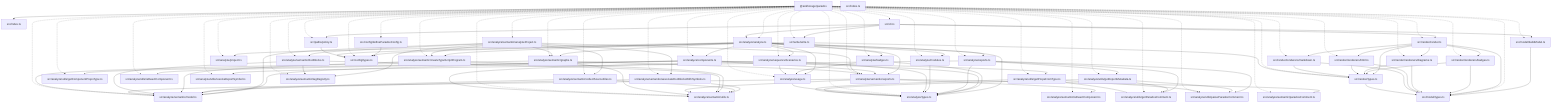
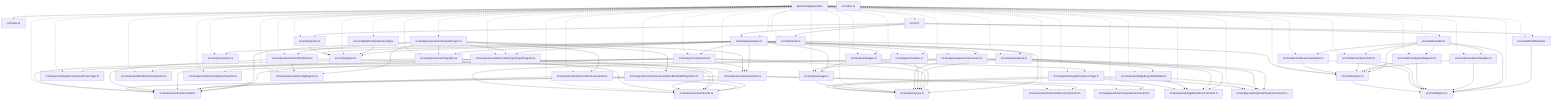
graph TD
  package__ankhorage_paradox["@ankhorage/paradox"]
  entrypoint_src_index_ts["src/index.ts"]
  package__ankhorage_paradox --> entrypoint_src_index_ts
  module_src_analyze_analyze_ts["src/analyze/analyze.ts"]
  package__ankhorage_paradox -.-> module_src_analyze_analyze_ts
  module_src_analyze_analyze_ts --> module_src_analyze_badges_ts
  module_src_analyze_analyze_ts --> module_src_analyze_components_ts
  module_src_analyze_analyze_ts --> module_src_analyze_exports_ts
  module_src_analyze_analyze_ts --> module_src_analyze_modules_ts
  module_src_analyze_analyze_ts --> module_src_analyze_project_ts
  module_src_analyze_analyze_ts --> module_src_analyze_semantic_createTypeScriptProgram_ts
  module_src_analyze_analyze_ts --> module_src_analyze_semantic_exports_ts
  module_src_analyze_analyze_ts --> module_src_analyze_semantic_graphs_ts
  module_src_analyze_analyze_ts --> module_src_analyze_sequenceScenarios_ts
  module_src_analyze_analyze_ts --> module_src_analyze_types_ts
  module_src_analyze_analyze_ts --> module_src_analyze_usage_ts
  module_src_analyze_analyze_ts --> module_src_config_types_ts
  module_src_analyze_badges_ts["src/analyze/badges.ts"]
  package__ankhorage_paradox -.-> module_src_analyze_badges_ts
  module_src_analyze_badges_ts --> module_src_analyze_types_ts
  module_src_analyze_badges_ts --> module_src_analyze_usage_ts
  module_src_analyze_components_ts["src/analyze/components.ts"]
  package__ankhorage_paradox -.-> module_src_analyze_components_ts
  module_src_analyze_components_ts --> module_src_analyze_semantic_exports_ts
  module_src_analyze_components_ts --> module_src_analyze_semantic_model_ts
  module_src_analyze_components_ts --> module_src_analyze_types_ts
  module_src_analyze_components_ts --> module_src_analyze_utils_getComponentPropsType_ts
  module_src_analyze_components_ts --> module_src_analyze_utils_getPropsFromType_ts
  module_src_analyze_components_ts --> module_src_analyze_utils_isReactComponent_ts
  module_src_analyze_exports_ts["src/analyze/exports.ts"]
  package__ankhorage_paradox -.-> module_src_analyze_exports_ts
  module_src_analyze_exports_ts --> module_src_analyze_types_ts
  module_src_analyze_exports_ts --> module_src_analyze_utils_getExportMetadata_ts
  module_src_analyze_exports_ts --> module_src_analyze_utils_getParadoxComment_ts
  module_src_analyze_exports_ts --> module_src_analyze_utils_parseParadoxComment_ts
  module_src_analyze_exports_ts --> module_src_analyze_utils_resolveExportSymbol_ts
  module_src_analyze_modules_ts["src/analyze/modules.ts"]
  package__ankhorage_paradox -.-> module_src_analyze_modules_ts
  module_src_analyze_modules_ts --> module_src_analyze_types_ts
  module_src_analyze_project_ts["src/analyze/project.ts"]
  package__ankhorage_paradox -.-> module_src_analyze_project_ts
  module_src_analyze_semantic_analyzeProject_ts["src/analyze/semantic/analyzeProject.ts"]
  package__ankhorage_paradox -.-> module_src_analyze_semantic_analyzeProject_ts
  module_src_analyze_semantic_analyzeProject_ts --> module_src_analyze_semantic_associateDocBlocksWithSymbols_ts
  module_src_analyze_semantic_analyzeProject_ts --> module_src_analyze_semantic_collectSourceFiles_ts
  module_src_analyze_semantic_analyzeProject_ts --> module_src_analyze_semantic_createTypeScriptProgram_ts
  module_src_analyze_semantic_analyzeProject_ts --> module_src_analyze_semantic_docBlocks_ts
  module_src_analyze_semantic_analyzeProject_ts --> module_src_analyze_semantic_exports_ts
  module_src_analyze_semantic_analyzeProject_ts --> module_src_analyze_semantic_graphs_ts
  module_src_analyze_semantic_analyzeProject_ts --> module_src_analyze_semantic_model_ts
  module_src_analyze_semantic_analyzeProject_ts --> module_src_analyze_semantic_tagRegistry_ts
  module_src_analyze_semantic_associateDocBlocksWithSymbols_ts["src/analyze/semantic/associateDocBlocksWithSymbols.ts"]
  package__ankhorage_paradox -.-> module_src_analyze_semantic_associateDocBlocksWithSymbols_ts
  module_src_analyze_semantic_associateDocBlocksWithSymbols_ts --> module_src_analyze_semantic_model_ts
  module_src_analyze_semantic_associateDocBlocksWithSymbols_ts --> module_src_analyze_semantic_utils_ts
  module_src_analyze_semantic_collectSourceFiles_ts["src/analyze/semantic/collectSourceFiles.ts"]
  package__ankhorage_paradox -.-> module_src_analyze_semantic_collectSourceFiles_ts
  module_src_analyze_semantic_collectSourceFiles_ts --> module_src_analyze_semantic_model_ts
  module_src_analyze_semantic_collectSourceFiles_ts --> module_src_analyze_semantic_utils_ts
  module_src_analyze_semantic_createTypeScriptProgram_ts["src/analyze/semantic/createTypeScriptProgram.ts"]
  package__ankhorage_paradox -.-> module_src_analyze_semantic_createTypeScriptProgram_ts
  module_src_analyze_semantic_createTypeScriptProgram_ts --> module_src_analyze_semantic_model_ts
  module_src_analyze_semantic_createTypeScriptProgram_ts --> module_src_analyze_semantic_utils_ts
  module_src_analyze_semantic_docBlocks_ts["src/analyze/semantic/docBlocks.ts"]
  package__ankhorage_paradox -.-> module_src_analyze_semantic_docBlocks_ts
  module_src_analyze_semantic_docBlocks_ts --> module_src_analyze_semantic_model_ts
  module_src_analyze_semantic_docBlocks_ts --> module_src_analyze_semantic_tagRegistry_ts
  module_src_analyze_semantic_docBlocks_ts --> module_src_analyze_semantic_utils_ts
  module_src_analyze_semantic_exports_ts["src/analyze/semantic/exports.ts"]
  package__ankhorage_paradox -.-> module_src_analyze_semantic_exports_ts
  module_src_analyze_semantic_exports_ts --> module_src_analyze_semantic_isReactComponent_ts
  module_src_analyze_semantic_exports_ts --> module_src_analyze_semantic_model_ts
  module_src_analyze_semantic_exports_ts --> module_src_analyze_semantic_paradoxComment_ts
  module_src_analyze_semantic_exports_ts --> module_src_analyze_semantic_utils_ts
  module_src_analyze_semantic_graphs_ts["src/analyze/semantic/graphs.ts"]
  package__ankhorage_paradox -.-> module_src_analyze_semantic_graphs_ts
  module_src_analyze_semantic_graphs_ts --> module_src_analyze_semantic_exports_ts
  module_src_analyze_semantic_graphs_ts --> module_src_analyze_semantic_model_ts
  module_src_analyze_semantic_graphs_ts --> module_src_analyze_semantic_utils_ts
  module_src_analyze_semantic_isReactComponent_ts["src/analyze/semantic/isReactComponent.ts"]
  package__ankhorage_paradox -.-> module_src_analyze_semantic_isReactComponent_ts
  module_src_analyze_semantic_model_ts["src/analyze/semantic/model.ts"]
  package__ankhorage_paradox -.-> module_src_analyze_semantic_model_ts
  module_src_analyze_semantic_paradoxComment_ts["src/analyze/semantic/paradoxComment.ts"]
  package__ankhorage_paradox -.-> module_src_analyze_semantic_paradoxComment_ts
  module_src_analyze_semantic_tagRegistry_ts["src/analyze/semantic/tagRegistry.ts"]
  package__ankhorage_paradox -.-> module_src_analyze_semantic_tagRegistry_ts
  module_src_analyze_semantic_utils_ts["src/analyze/semantic/utils.ts"]
  package__ankhorage_paradox -.-> module_src_analyze_semantic_utils_ts
  module_src_analyze_sequenceScenarios_ts["src/analyze/sequenceScenarios.ts"]
  package__ankhorage_paradox -.-> module_src_analyze_sequenceScenarios_ts
  module_src_analyze_sequenceScenarios_ts --> module_src_analyze_semantic_utils_ts
  module_src_analyze_sequenceScenarios_ts --> module_src_analyze_types_ts
  module_src_analyze_sequenceScenarios_ts --> module_src_analyze_usage_ts
+   module_src_analyze_sequenceScenarios_ts --> module_src_analyze_utils_getParadoxComment_ts
+   module_src_analyze_sequenceScenarios_ts --> module_src_analyze_utils_parseParadoxComment_ts
  module_src_analyze_types_ts["src/analyze/types.ts"]
  package__ankhorage_paradox -.-> module_src_analyze_types_ts
  module_src_analyze_usage_ts["src/analyze/usage.ts"]
  package__ankhorage_paradox -.-> module_src_analyze_usage_ts
  module_src_analyze_usage_ts --> module_src_analyze_types_ts
  module_src_analyze_utils_getComponentPropsType_ts["src/analyze/utils/getComponentPropsType.ts"]
  package__ankhorage_paradox -.-> module_src_analyze_utils_getComponentPropsType_ts
  module_src_analyze_utils_getExportMetadata_ts["src/analyze/utils/getExportMetadata.ts"]
  package__ankhorage_paradox -.-> module_src_analyze_utils_getExportMetadata_ts
  module_src_analyze_utils_getExportMetadata_ts --> module_src_analyze_types_ts
  module_src_analyze_utils_getExportMetadata_ts --> module_src_analyze_utils_getParadoxComment_ts
  module_src_analyze_utils_getExportMetadata_ts --> module_src_analyze_utils_parseParadoxComment_ts
  module_src_analyze_utils_getParadoxComment_ts["src/analyze/utils/getParadoxComment.ts"]
  package__ankhorage_paradox -.-> module_src_analyze_utils_getParadoxComment_ts
  module_src_analyze_utils_getPropsFromType_ts["src/analyze/utils/getPropsFromType.ts"]
  package__ankhorage_paradox -.-> module_src_analyze_utils_getPropsFromType_ts
  module_src_analyze_utils_getPropsFromType_ts --> module_src_analyze_types_ts
  module_src_analyze_utils_getPropsFromType_ts --> module_src_analyze_utils_getParadoxComment_ts
  module_src_analyze_utils_getPropsFromType_ts --> module_src_analyze_utils_parseParadoxComment_ts
  module_src_analyze_utils_isReactComponent_ts["src/analyze/utils/isReactComponent.ts"]
  package__ankhorage_paradox -.-> module_src_analyze_utils_isReactComponent_ts
  module_src_analyze_utils_parseParadoxComment_ts["src/analyze/utils/parseParadoxComment.ts"]
  package__ankhorage_paradox -.-> module_src_analyze_utils_parseParadoxComment_ts
  module_src_analyze_utils_resolveExportSymbol_ts["src/analyze/utils/resolveExportSymbol.ts"]
  package__ankhorage_paradox -.-> module_src_analyze_utils_resolveExportSymbol_ts
  module_src_cli_ts["src/cli.ts"]
  package__ankhorage_paradox -.-> module_src_cli_ts
  module_src_cli_ts --> module_src_analyze_analyze_ts
  module_src_cli_ts --> module_src_model_buildModel_ts
  module_src_cli_ts --> module_src_paths_policy_ts
  module_src_cli_ts --> module_src_render_render_ts
  module_src_cli_ts --> module_src_write_write_ts
  module_src_config_defineParadoxConfig_ts["src/config/defineParadoxConfig.ts"]
  package__ankhorage_paradox -.-> module_src_config_defineParadoxConfig_ts
  module_src_config_defineParadoxConfig_ts --> module_src_config_types_ts
  module_src_config_types_ts["src/config/types.ts"]
  package__ankhorage_paradox -.-> module_src_config_types_ts
  module_src_index_ts["src/index.ts"]
  module_src_model_buildModel_ts["src/model/buildModel.ts"]
  package__ankhorage_paradox -.-> module_src_model_buildModel_ts
  module_src_model_buildModel_ts --> module_src_model_types_ts
  module_src_model_types_ts["src/model/types.ts"]
  package__ankhorage_paradox -.-> module_src_model_types_ts
  module_src_paths_policy_ts["src/paths/policy.ts"]
  package__ankhorage_paradox -.-> module_src_paths_policy_ts
  module_src_paths_policy_ts --> module_src_config_types_ts
  module_src_render_render_ts["src/render/render.ts"]
  package__ankhorage_paradox -.-> module_src_render_render_ts
  module_src_render_render_ts --> module_src_model_types_ts
  module_src_render_render_ts --> module_src_render_renderers_badges_ts
  module_src_render_render_ts --> module_src_render_renderers_diagrams_ts
  module_src_render_render_ts --> module_src_render_renderers_html_ts
  module_src_render_render_ts --> module_src_render_renderers_markdown_ts
  module_src_render_render_ts --> module_src_render_types_ts
  module_src_render_renderers_badges_ts["src/render/renderers/badges.ts"]
  package__ankhorage_paradox -.-> module_src_render_renderers_badges_ts
  module_src_render_renderers_badges_ts --> module_src_model_types_ts
  module_src_render_renderers_badges_ts --> module_src_render_types_ts
  module_src_render_renderers_diagrams_ts["src/render/renderers/diagrams.ts"]
  package__ankhorage_paradox -.-> module_src_render_renderers_diagrams_ts
  module_src_render_renderers_diagrams_ts --> module_src_model_types_ts
  module_src_render_renderers_diagrams_ts --> module_src_render_types_ts
  module_src_render_renderers_html_ts["src/render/renderers/html.ts"]
  package__ankhorage_paradox -.-> module_src_render_renderers_html_ts
  module_src_render_renderers_html_ts --> module_src_model_types_ts
  module_src_render_renderers_html_ts --> module_src_render_types_ts
  module_src_render_renderers_markdown_ts["src/render/renderers/markdown.ts"]
  package__ankhorage_paradox -.-> module_src_render_renderers_markdown_ts
  module_src_render_renderers_markdown_ts --> module_src_model_types_ts
  module_src_render_renderers_markdown_ts --> module_src_render_types_ts
  module_src_render_types_ts["src/render/types.ts"]
  package__ankhorage_paradox -.-> module_src_render_types_ts
  module_src_render_types_ts --> module_src_model_types_ts
  module_src_write_write_ts["src/write/write.ts"]
  package__ankhorage_paradox -.-> module_src_write_write_ts
  module_src_write_write_ts --> module_src_config_types_ts
  module_src_write_write_ts --> module_src_render_types_ts
